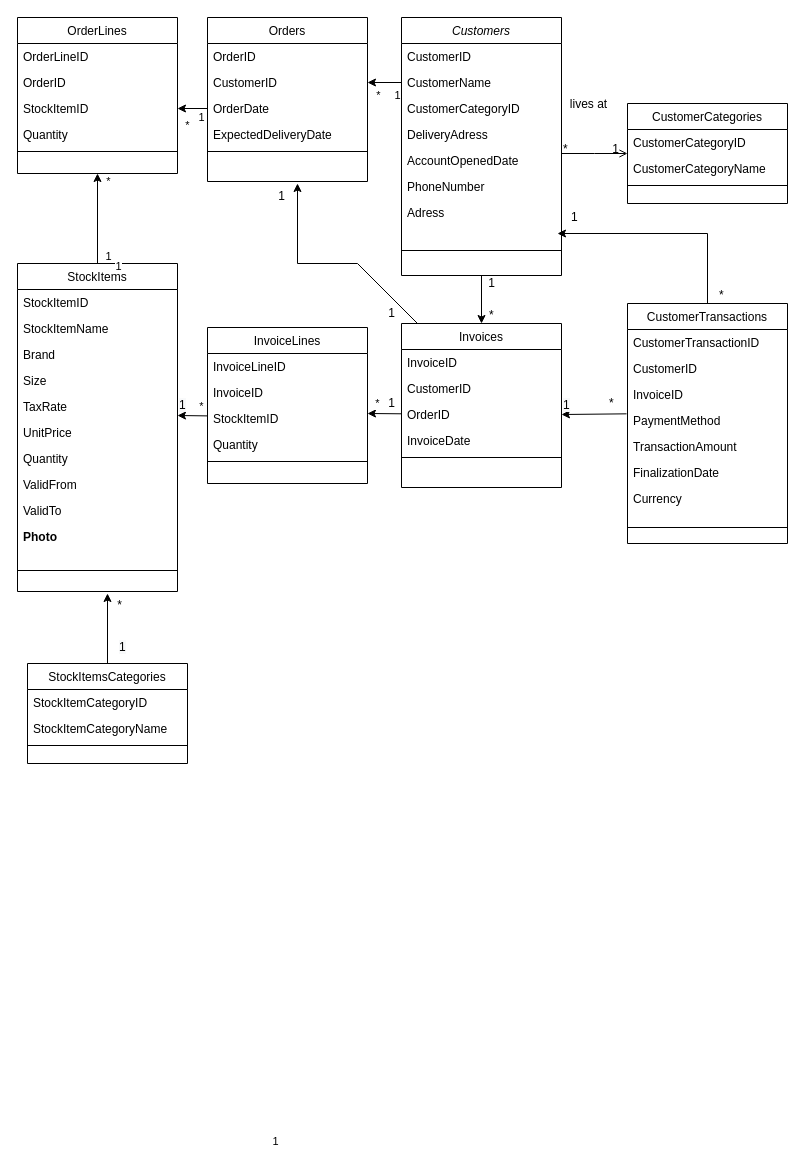
Earlier version of the draw.io diagram Diagramme de classe.drawio (BorchaniMohamed/Projet-MICRO-SERVICES). Source tidied: cells renumbered, new cells numbered last; positions are measured from the earlier drawing's top-left corner, leaving out a move shared by most shapes. Both pictures are drawn from the tidied source at 100%, with x=0, y=0 at pixel (17, 17).
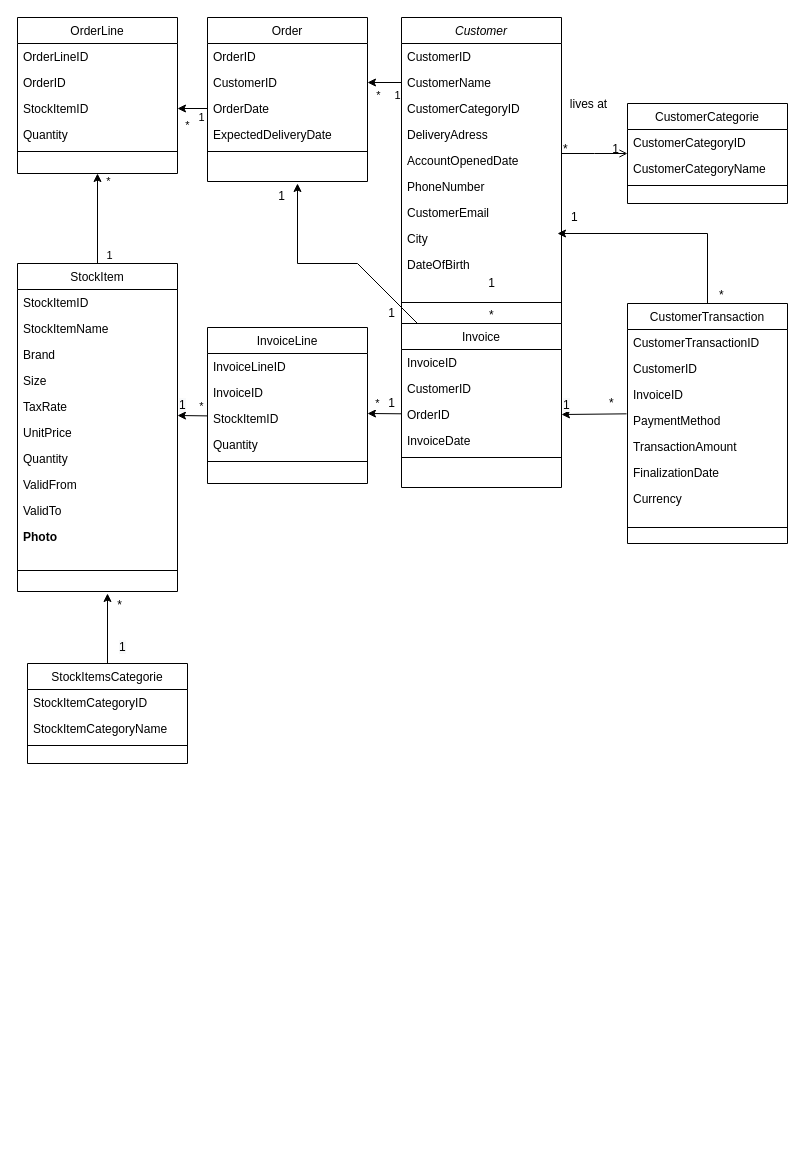
The same diagram, later.

Commit message:
Mettre à jour Diagramme de classe.drawio

The change refers to these unchanged cells:
```xml
<mxCell id="32" style="rounded=0;jettySize=auto;html=1;" parent="1" edge="1" source="35">
  <mxGeometry relative="1" as="geometry">
    <mxPoint x="80" y="156" as="targetPoint" />
  </mxGeometry>
</mxCell>
```

What changed in the source:
```diff
@@
-    <mxCell id="3" value="Customers&#10;" style="swimlane;fontStyle=2;align=center;verticalAlign=top;horizontal=1;startSize=26;rounded=0;shadow=0;strokeWidth=1;" parent="1" vertex="1">
-      <mxGeometry x="384" width="160" height="258" as="geometry" />
+    <mxCell id="3" value="Customer&#10;" style="swimlane;fontStyle=2;align=center;verticalAlign=top;horizontal=1;startSize=26;rounded=0;shadow=0;strokeWidth=1;" parent="1" vertex="1">
+      <mxGeometry x="384" width="160" height="310" as="geometry" />
     </mxCell>
@@
+    <mxCell id="101" value="CustomerEmail" style="text;align=left;verticalAlign=top;spacingLeft=4;spacingRight=4;overflow=hidden;rounded=0;shadow=0;html=0;" parent="3" vertex="1">
+      <mxGeometry y="182" width="160" height="26" as="geometry" />
+    </mxCell>
-    <mxCell id="10" value="Adress" style="text;align=left;verticalAlign=top;spacingLeft=4;spacingRight=4;overflow=hidden;rounded=0;shadow=0;html=0;" parent="3" vertex="1">
-      <mxGeometry y="182" width="160" height="26" as="geometry" />
+    <mxCell id="10" value="City" style="text;align=left;verticalAlign=top;spacingLeft=4;spacingRight=4;overflow=hidden;rounded=0;shadow=0;html=0;" parent="3" vertex="1">
+      <mxGeometry y="208" width="160" height="26" as="geometry" />
     </mxCell>
+    <mxCell id="102" value="DateOfBirth" style="text;align=left;verticalAlign=top;spacingLeft=4;spacingRight=4;overflow=hidden;rounded=0;shadow=0;html=0;" parent="3" vertex="1">
+      <mxGeometry y="234" width="160" height="26" as="geometry" />
+    </mxCell>
     <mxCell id="11" style="line;html=1;strokeWidth=1;align=left;verticalAlign=middle;spacingTop=-1;spacingLeft=3;spacingRight=3;labelPosition=right;" parent="3" vertex="1">
-      <mxGeometry y="208" width="160" height="50" as="geometry" />
+      <mxGeometry y="260" width="160" height="50" as="geometry" />
     </mxCell>
-    <mxCell id="12" value="OrderLines" style="swimlane;fontStyle=0;align=center;verticalAlign=top;horizontal=1;startSize=26;rounded=0;shadow=0;strokeWidth=1;" parent="1" vertex="1">
+    <mxCell id="12" value="OrderLine" style="swimlane;fontStyle=0;align=center;verticalAlign=top;horizontal=1;startSize=26;rounded=0;shadow=0;strokeWidth=1;" parent="1" vertex="1">
       <mxGeometry width="160" height="156" as="geometry" />
     </mxCell>
@@
-    <mxCell id="18" value="Orders" style="swimlane;fontStyle=0;align=center;verticalAlign=top;horizontal=1;startSize=26;rounded=0;shadow=0;strokeWidth=1;" parent="1" vertex="1">
+    <mxCell id="18" value="Order" style="swimlane;fontStyle=0;align=center;verticalAlign=top;horizontal=1;startSize=26;rounded=0;shadow=0;strokeWidth=1;" parent="1" vertex="1">
       <mxGeometry x="190" width="160" height="164" as="geometry" />
     </mxCell>
@@
-    <mxCell id="24" value="CustomerCategories" style="swimlane;fontStyle=0;align=center;verticalAlign=top;horizontal=1;startSize=26;rounded=0;shadow=0;strokeWidth=1;" parent="1" vertex="1">
+    <mxCell id="24" value="CustomerCategorie" style="swimlane;fontStyle=0;align=center;verticalAlign=top;horizontal=1;startSize=26;rounded=0;shadow=0;strokeWidth=1;" parent="1" vertex="1">
       <mxGeometry x="610" y="86" width="160" height="100" as="geometry" />
     </mxCell>
@@
-    <mxCell id="34" value="1&lt;br&gt;" style="edgeLabel;html=1;align=center;verticalAlign=middle;" parent="32" vertex="1">
-      <mxGeometry x="-0.83" y="2" relative="1" as="geometry">
-        <mxPoint x="12" as="offset" />
-      </mxGeometry>
-    </mxCell>
-    <mxCell id="35" value="StockItems" style="swimlane;fontStyle=0;align=center;verticalAlign=top;horizontal=1;startSize=26;rounded=0;shadow=0;strokeWidth=1;" parent="1" vertex="1">
+    <mxCell id="35" value="StockItem" style="swimlane;fontStyle=0;align=center;verticalAlign=top;horizontal=1;startSize=26;rounded=0;shadow=0;strokeWidth=1;" parent="1" vertex="1">
       <mxGeometry y="246" width="160" height="328" as="geometry" />
     </mxCell>
@@
-    <mxCell id="53" value="Invoices" style="swimlane;fontStyle=0;align=center;verticalAlign=top;horizontal=1;startSize=26;rounded=0;shadow=0;strokeWidth=1;" parent="1" vertex="1">
+    <mxCell id="53" value="Invoice" style="swimlane;fontStyle=0;align=center;verticalAlign=top;horizontal=1;startSize=26;rounded=0;shadow=0;strokeWidth=1;" parent="1" vertex="1">
       <mxGeometry x="384" y="306" width="160" height="164" as="geometry" />
     </mxCell>
@@
-    <mxCell id="59" value="InvoiceLines" style="swimlane;fontStyle=0;align=center;verticalAlign=top;horizontal=1;startSize=26;rounded=0;shadow=0;strokeWidth=1;" parent="1" vertex="1">
+    <mxCell id="59" value="InvoiceLine" style="swimlane;fontStyle=0;align=center;verticalAlign=top;horizontal=1;startSize=26;rounded=0;shadow=0;strokeWidth=1;" parent="1" vertex="1">
       <mxGeometry x="190" y="310" width="160" height="156" as="geometry" />
     </mxCell>
@@
-    <mxCell id="69" value="CustomerTransactions" style="swimlane;fontStyle=0;align=center;verticalAlign=top;horizontal=1;startSize=26;rounded=0;shadow=0;strokeWidth=1;" parent="1" vertex="1">
+    <mxCell id="69" value="CustomerTransaction" style="swimlane;fontStyle=0;align=center;verticalAlign=top;horizontal=1;startSize=26;rounded=0;shadow=0;strokeWidth=1;" parent="1" vertex="1">
       <mxGeometry x="610" y="286" width="160" height="240" as="geometry" />
     </mxCell>
@@
-    <mxCell id="92" value="StockItemsCategories" style="swimlane;fontStyle=0;align=center;verticalAlign=top;horizontal=1;startSize=26;rounded=0;shadow=0;strokeWidth=1;" parent="1" vertex="1">
+    <mxCell id="92" value="StockItemsCategorie" style="swimlane;fontStyle=0;align=center;verticalAlign=top;horizontal=1;startSize=26;rounded=0;shadow=0;strokeWidth=1;" parent="1" vertex="1">
       <mxGeometry x="10" y="646" width="160" height="100" as="geometry" />
     </mxCell>
@@
-    <mxCell id="96" value="1&lt;br&gt;" style="edgeLabel;html=1;align=center;verticalAlign=middle;" parent="1" vertex="1">
-      <mxGeometry x="110" y="258.5" as="geometry">
-        <mxPoint x="147" y="865" as="offset" />
-      </mxGeometry>
-    </mxCell>
     <mxCell id="97" value="1&lt;br&gt;" style="edgeLabel;html=1;align=center;verticalAlign=middle;" parent="1" vertex="1">
-      <mxGeometry x="100" y="248" as="geometry" />
+      <mxGeometry x="92" y="242" as="geometry">
+        <mxPoint x="-1" y="-5" as="offset" />
+      </mxGeometry>
     </mxCell>
```
